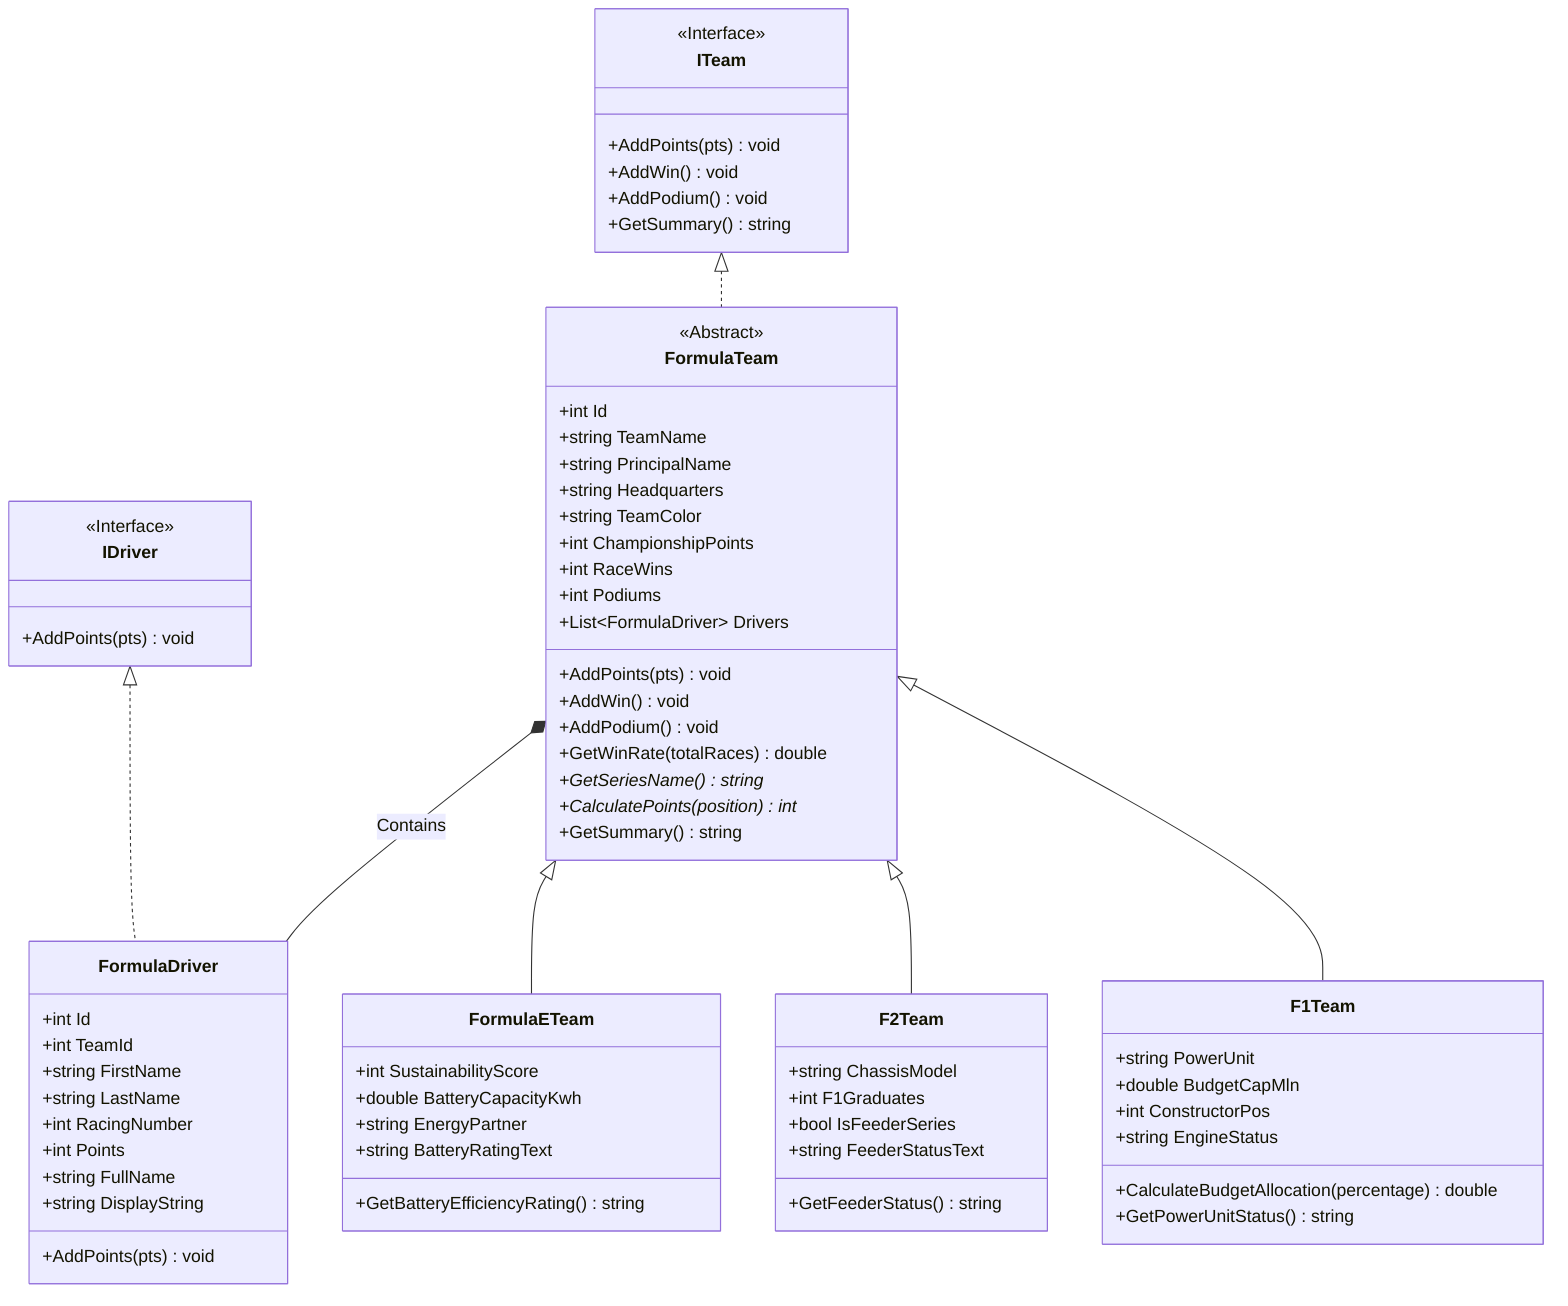
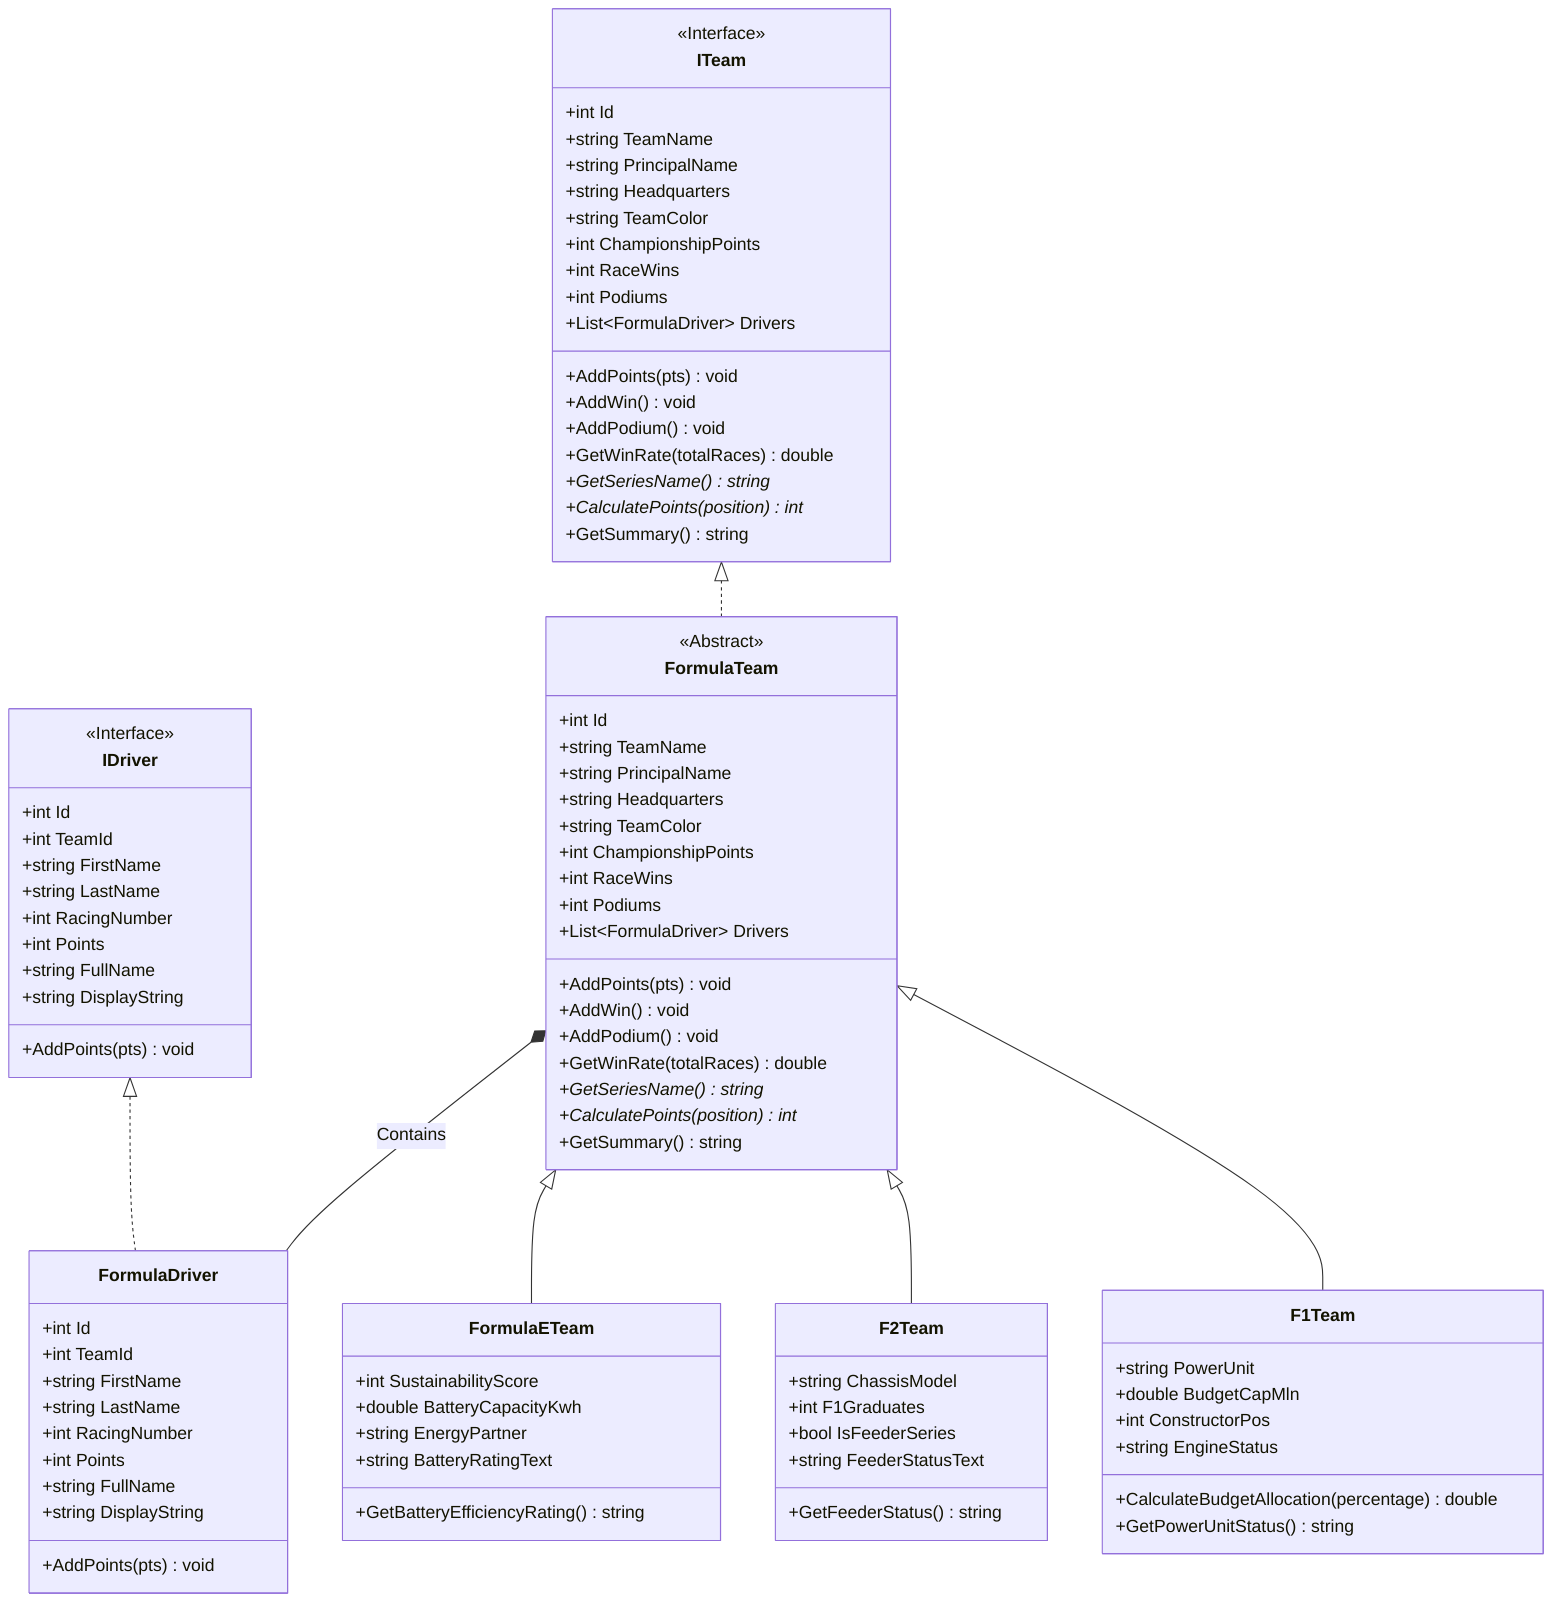
classDiagram
    direction TB

    class IDriver {
        <<Interface>>
+         +int Id
+         +int TeamId
+         +string FirstName
+         +string LastName
+         +int RacingNumber
+         +int Points
+         +string FullName
+         +string DisplayString
        +AddPoints(pts) void
    }

    class ITeam {
        <<Interface>>
+         +int Id
+         +string TeamName
+         +string PrincipalName
+         +string Headquarters
+         +string TeamColor
+         +int ChampionshipPoints
+         +int RaceWins
+         +int Podiums
+         +List~FormulaDriver~ Drivers
        +AddPoints(pts) void
        +AddWin() void
        +AddPodium() void
+         +GetWinRate(totalRaces) double
+         +GetSeriesName() string*
+         +CalculatePoints(position) int*
        +GetSummary() string
    }

    class FormulaDriver {
        +int Id
        +int TeamId
        +string FirstName
        +string LastName
        +int RacingNumber
        +int Points
        +string FullName
        +string DisplayString
        +AddPoints(pts) void
    }

    class FormulaTeam {
        <<Abstract>>
        +int Id
        +string TeamName
        +string PrincipalName
        +string Headquarters
        +string TeamColor
        +int ChampionshipPoints
        +int RaceWins
        +int Podiums
        +List~FormulaDriver~ Drivers
        +AddPoints(pts) void
        +AddWin() void
        +AddPodium() void
        +GetWinRate(totalRaces) double
        +GetSeriesName() string*
        +CalculatePoints(position) int*
        +GetSummary() string
    }

    class F1Team {
        +string PowerUnit
        +double BudgetCapMln
        +int ConstructorPos
        +string EngineStatus
        +CalculateBudgetAllocation(percentage) double
        +GetPowerUnitStatus() string
    }

    class F2Team {
        +string ChassisModel
        +int F1Graduates
        +bool IsFeederSeries
        +string FeederStatusText
        +GetFeederStatus() string
    }

    class FormulaETeam {
        +int SustainabilityScore
        +double BatteryCapacityKwh
        +string EnergyPartner
        +string BatteryRatingText
        +GetBatteryEfficiencyRating() string
    }

    IDriver <|.. FormulaDriver
    ITeam <|.. FormulaTeam

    FormulaTeam <|-- F1Team
    FormulaTeam <|-- F2Team
    FormulaTeam <|-- FormulaETeam
    FormulaTeam *-- FormulaDriver : Contains
